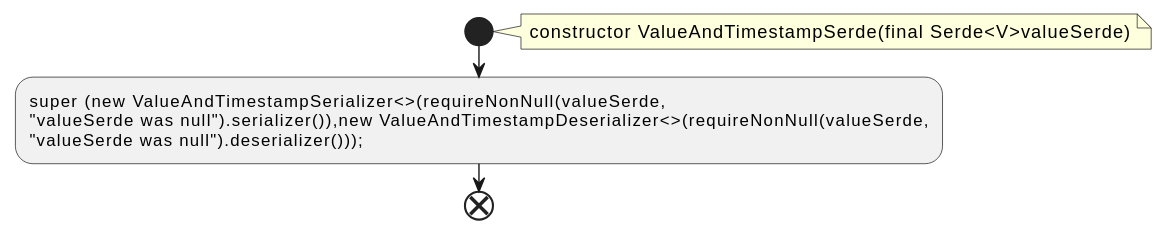
This is docs/qc/streams/src/main/java/org/apache/kafka/streams/state/internals/ValueAndTimestampSerde.java.fct.svg from qualitesys/kafka, a PlantUML export, as it was before one commit.
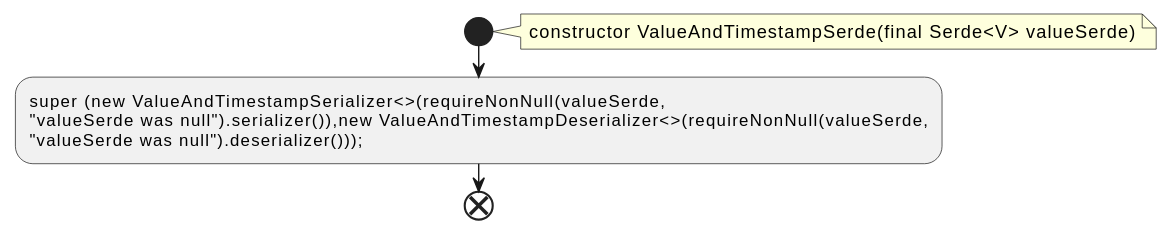
After the change.

What changed in the source:
```diff
@@ -2,7 +2,7 @@
 !pragma layout smetana
 start
 note right
-constructor ValueAndTimestampSerde(final Serde<V>valueSerde)
+constructor ValueAndTimestampSerde(final Serde<V> valueSerde)
 end note
 :super (new ValueAndTimestampSerializer<>(requireNonNull(valueSerde,
 "valueSerde was null").serializer()),new ValueAndTimestampDeserializer<>(requireNonNull(valueSerde,
```
